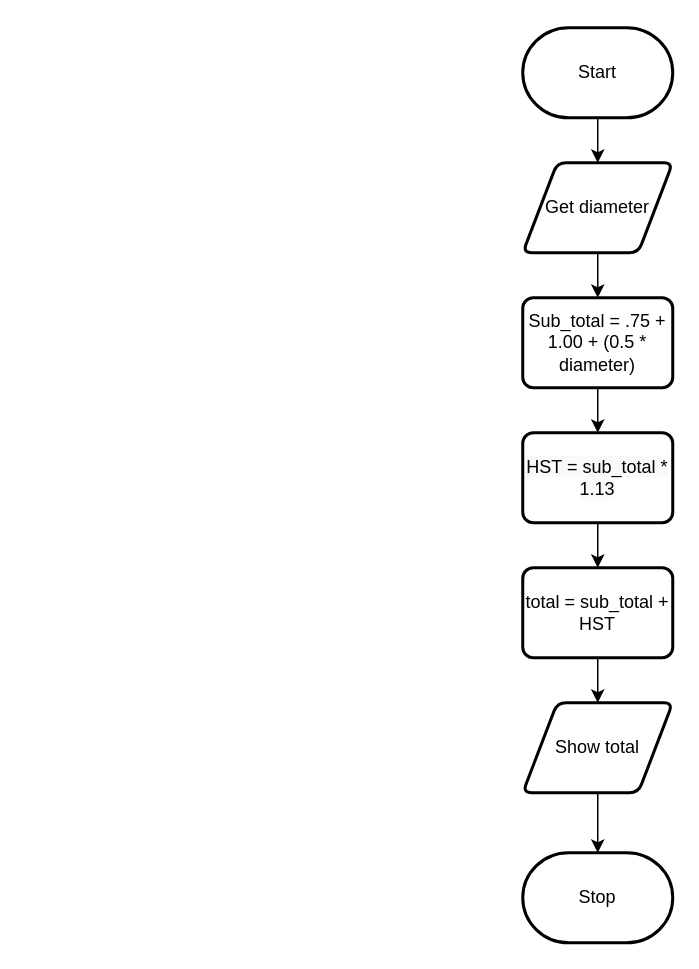
The draw.io diagram Draw.io/Flowchart.drawio in Peter-Gemmell/ICS3U-Unit6-02-Python, before the edit. Source tidied: cells renumbered, new cells numbered last; positions are measured from the earlier drawing's top-left corner, leaving out a move shared by most shapes. Both pictures are drawn from the tidied source at 150%, with x=0, y=0 at pixel (522, 27).
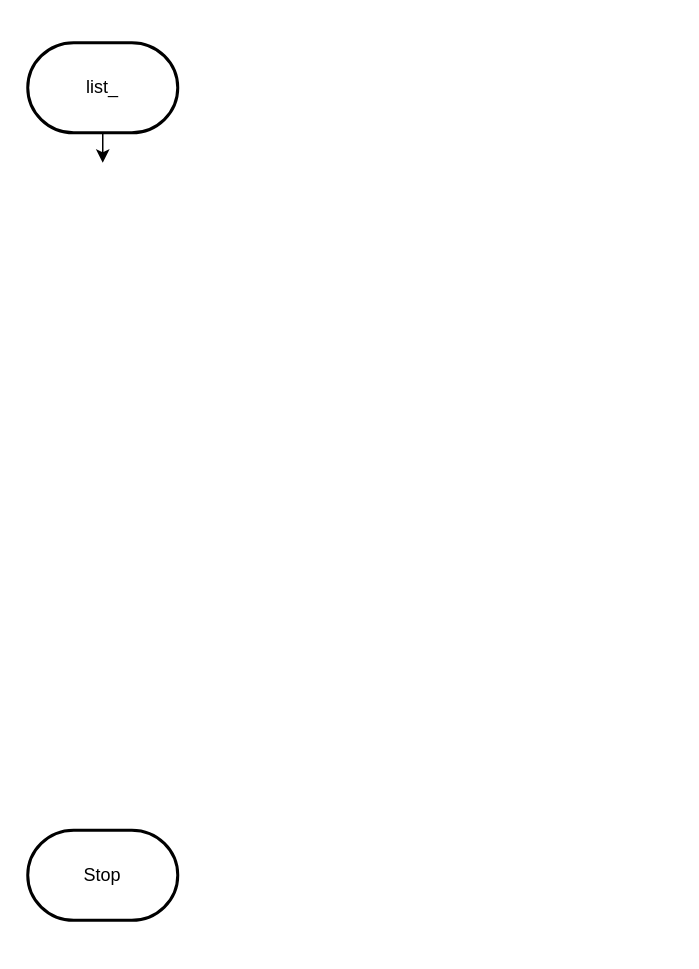
After the change.

Diff of the diagram source:
```diff
@@
 <mxGraphModel>
   <root>
     <mxCell id="0" />
     <mxCell id="1" parent="0" />
-    <mxCell id="2" style="edgeStyle=none;html=1;" parent="1" edge="1" source="3" target="5">
-      <mxGeometry relative="1" as="geometry" />
-    </mxCell>
+    <mxCell id="15" style="edgeStyle=none;html=1;exitX=0.5;exitY=1;exitDx=0;exitDy=0;exitPerimeter=0;entryX=0.5;entryY=0;entryDx=0;entryDy=0;entryPerimeter=0;" parent="1" edge="1" source="3">
+      <mxGeometry relative="1" as="geometry">
+        <mxPoint x="-280" y="90" as="targetPoint" />
+      </mxGeometry>
+    </mxCell>
-    <mxCell id="3" value="Start" style="strokeWidth=2;html=1;shape=mxgraph.flowchart.terminator;whiteSpace=wrap;" parent="1" vertex="1">
-      <mxGeometry width="100" height="60" as="geometry" />
+    <mxCell id="3" value="list_" style="strokeWidth=2;html=1;shape=mxgraph.flowchart.terminator;whiteSpace=wrap;" parent="1" vertex="1">
+      <mxGeometry x="-330" y="10" width="100" height="60" as="geometry" />
     </mxCell>
-    <mxCell id="4" style="edgeStyle=none;html=1;" parent="1" edge="1" source="5" target="7">
-      <mxGeometry relative="1" as="geometry" />
-    </mxCell>
-    <mxCell id="5" value="Get diameter" style="shape=parallelogram;html=1;strokeWidth=2;perimeter=parallelogramPerimeter;whiteSpace=wrap;rounded=1;arcSize=12;size=0.23;" parent="1" vertex="1">
-      <mxGeometry y="90" width="100" height="60" as="geometry" />
-    </mxCell>
-    <mxCell id="6" style="edgeStyle=none;html=1;" parent="1" edge="1" source="7" target="9">
-      <mxGeometry relative="1" as="geometry" />
-    </mxCell>
-    <mxCell id="7" value="&lt;span&gt;Sub_total = .75 + 1.00 + (0.5 * diameter)&lt;/span&gt;" style="rounded=1;whiteSpace=wrap;html=1;absoluteArcSize=1;arcSize=14;strokeWidth=2;" parent="1" vertex="1">
-      <mxGeometry y="180" width="100" height="60" as="geometry" />
-    </mxCell>
-    <mxCell id="8" style="edgeStyle=none;html=1;" parent="1" edge="1" source="9" target="11">
-      <mxGeometry relative="1" as="geometry" />
-    </mxCell>
-    <mxCell id="9" value="&#10;&#10;&lt;span style=&quot;color: rgb(0, 0, 0); font-family: helvetica; font-size: 12px; font-style: normal; font-weight: 400; letter-spacing: normal; text-align: center; text-indent: 0px; text-transform: none; word-spacing: 0px; background-color: rgb(248, 249, 250); display: inline; float: none;&quot;&gt;HST = sub_total * 1.13&lt;/span&gt;&#10;&#10;" style="rounded=1;whiteSpace=wrap;html=1;absoluteArcSize=1;arcSize=14;strokeWidth=2;" parent="1" vertex="1">
-      <mxGeometry y="270" width="100" height="60" as="geometry" />
-    </mxCell>
-    <mxCell id="10" style="edgeStyle=none;html=1;" parent="1" edge="1" source="11" target="13">
-      <mxGeometry relative="1" as="geometry" />
-    </mxCell>
-    <mxCell id="11" value="&lt;span&gt;total = sub_total + HST&lt;/span&gt;" style="rounded=1;whiteSpace=wrap;html=1;absoluteArcSize=1;arcSize=14;strokeWidth=2;" parent="1" vertex="1">
-      <mxGeometry y="360" width="100" height="60" as="geometry" />
-    </mxCell>
-    <mxCell id="12" style="edgeStyle=none;html=1;" parent="1" edge="1" source="13" target="14">
-      <mxGeometry relative="1" as="geometry" />
-    </mxCell>
-    <mxCell id="13" value="Show total" style="shape=parallelogram;html=1;strokeWidth=2;perimeter=parallelogramPerimeter;whiteSpace=wrap;rounded=1;arcSize=12;size=0.23;" parent="1" vertex="1">
-      <mxGeometry y="450" width="100" height="60" as="geometry" />
-    </mxCell>
     <mxCell id="14" value="Stop" style="strokeWidth=2;html=1;shape=mxgraph.flowchart.terminator;whiteSpace=wrap;" parent="1" vertex="1">
-      <mxGeometry y="550" width="100" height="60" as="geometry" />
+      <mxGeometry x="-330" y="535" width="100" height="60" as="geometry" />
     </mxCell>
   </root>
 </mxGraphModel>
```
